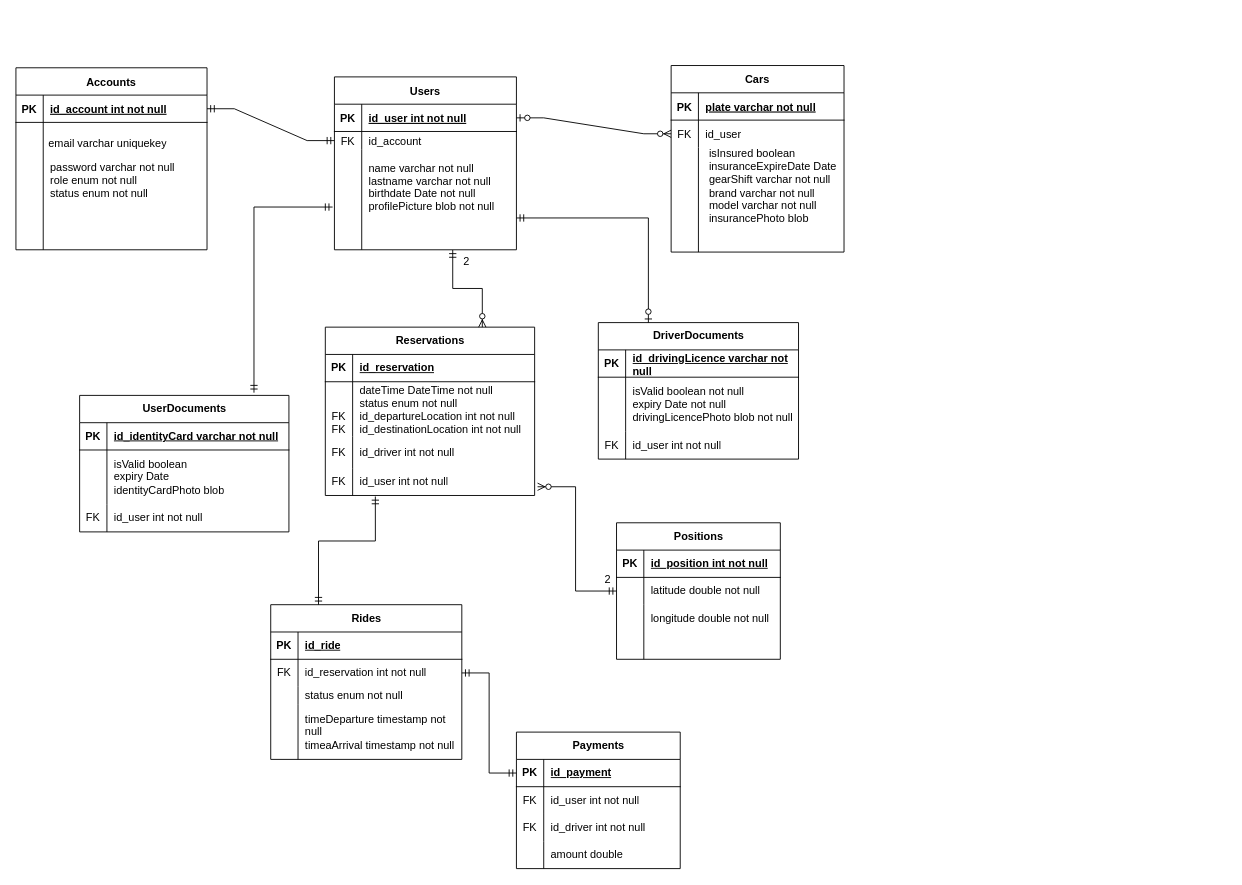
Before: Documentazione/Entity-Relation/ERDiagramDetailed.drawio in alfacorso2024Settembre/MyPersonalDriver, a draw.io diagram. Source tidied: cells renumbered, new cells numbered last; positions are measured from the earlier drawing's top-left corner, leaving out a move shared by most shapes. Both pictures are drawn from the tidied source at 91%, with x=0, y=0 at pixel (15, 66).
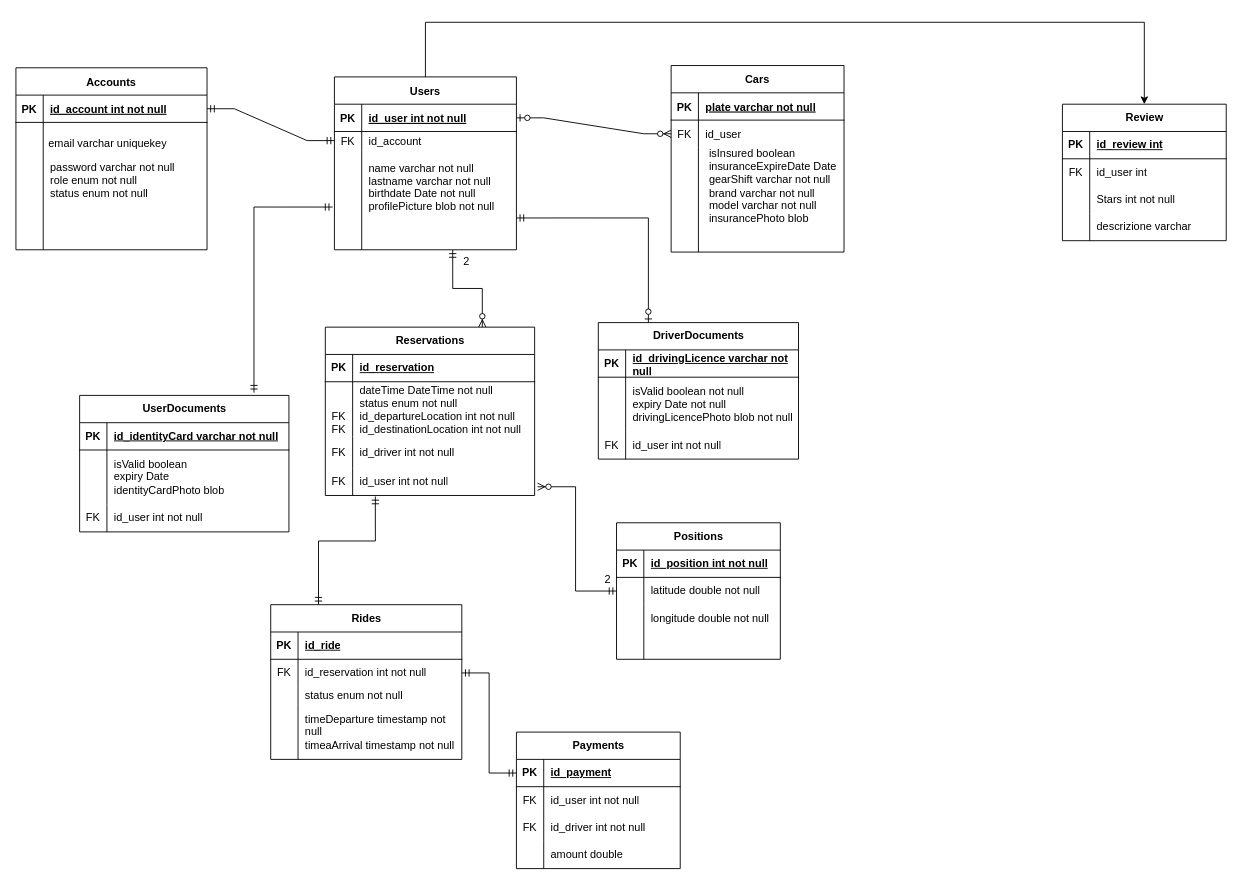
After the change.

Commit message (it also covers changes not shown here):
aggiunto reviews

The change refers to these unchanged cells:
```xml
<mxCell id="2" value="Users" style="shape=table;startSize=30;childLayout=tableLayout;rowLines=0;fontStyle=1;align=center;" parent="1" vertex="1">
  <mxGeometry x="350" y="12" width="200" height="190" as="geometry" />
</mxCell>
```

Change to the diagram source:
```diff
@@
+    <mxCell id="113" style="edgeStyle=orthogonalEdgeStyle;rounded=0;jettySize=auto;html=1;" parent="1" edge="1" source="2" target="114">
+      <mxGeometry relative="1" as="geometry">
+        <Array as="points">
+          <mxPoint x="450" y="-48" />
+          <mxPoint x="1240" y="-48" />
+        </Array>
+      </mxGeometry>
+    </mxCell>
@@
+    <mxCell id="114" value="Review" style="shape=table;startSize=30;childLayout=tableLayout;rowLines=0;fontStyle=1;align=center;html=1;" parent="1" vertex="1">
+      <mxGeometry x="1150" y="42" width="180" height="150" as="geometry" />
+    </mxCell>
+    <mxCell id="115" style="shape=tableRow;horizontal=0;startSize=0;swimlaneHead=0;swimlaneBody=0;fillColor=none;top=0;left=0;right=0;bottom=1;" parent="114" vertex="1">
+      <mxGeometry y="30" width="180" height="30" as="geometry" />
+    </mxCell>
+    <mxCell id="116" value="PK" style="shape=partialRectangle;fillColor=none;top=0;left=0;bottom=0;right=0;fontStyle=1;overflow=hidden;whiteSpace=wrap;html=1;" parent="115" vertex="1">
+      <mxGeometry width="30" height="30" as="geometry" />
+    </mxCell>
+    <mxCell id="117" value="id_review int" style="shape=partialRectangle;fillColor=none;top=0;left=0;bottom=0;right=0;align=left;spacingLeft=6;fontStyle=5;overflow=hidden;whiteSpace=wrap;html=1;" parent="115" vertex="1">
+      <mxGeometry x="30" width="150" height="30" as="geometry" />
+    </mxCell>
+    <mxCell id="118" style="shape=tableRow;horizontal=0;startSize=0;swimlaneHead=0;swimlaneBody=0;fillColor=none;top=0;left=0;right=0;bottom=0;" parent="114" vertex="1">
+      <mxGeometry y="60" width="180" height="30" as="geometry" />
+    </mxCell>
+    <mxCell id="119" value="FK" style="shape=partialRectangle;fillColor=none;top=0;left=0;bottom=0;right=0;overflow=hidden;whiteSpace=wrap;html=1;" parent="118" vertex="1">
+      <mxGeometry width="30" height="30" as="geometry" />
+    </mxCell>
+    <mxCell id="120" value="id_user int" style="shape=partialRectangle;fillColor=none;top=0;left=0;bottom=0;right=0;align=left;spacingLeft=6;overflow=hidden;whiteSpace=wrap;html=1;" parent="118" vertex="1">
+      <mxGeometry x="30" width="150" height="30" as="geometry" />
+    </mxCell>
+    <mxCell id="121" style="shape=tableRow;horizontal=0;startSize=0;swimlaneHead=0;swimlaneBody=0;fillColor=none;top=0;left=0;right=0;bottom=0;" parent="114" vertex="1">
+      <mxGeometry y="90" width="180" height="30" as="geometry" />
+    </mxCell>
+    <mxCell id="122" style="shape=partialRectangle;fillColor=none;top=0;left=0;bottom=0;right=0;overflow=hidden;whiteSpace=wrap;html=1;" parent="121" vertex="1">
+      <mxGeometry width="30" height="30" as="geometry" />
+    </mxCell>
+    <mxCell id="123" value="Stars int not null" style="shape=partialRectangle;fillColor=none;top=0;left=0;bottom=0;right=0;align=left;spacingLeft=6;overflow=hidden;whiteSpace=wrap;html=1;" parent="121" vertex="1">
+      <mxGeometry x="30" width="150" height="30" as="geometry" />
+    </mxCell>
+    <mxCell id="124" style="shape=tableRow;horizontal=0;startSize=0;swimlaneHead=0;swimlaneBody=0;fillColor=none;top=0;left=0;right=0;bottom=0;" parent="114" vertex="1">
+      <mxGeometry y="120" width="180" height="30" as="geometry" />
+    </mxCell>
+    <mxCell id="125" style="shape=partialRectangle;fillColor=none;top=0;left=0;bottom=0;right=0;overflow=hidden;whiteSpace=wrap;html=1;" parent="124" vertex="1">
+      <mxGeometry width="30" height="30" as="geometry" />
+    </mxCell>
+    <mxCell id="126" value="descrizione varchar" style="shape=partialRectangle;fillColor=none;top=0;left=0;bottom=0;right=0;align=left;spacingLeft=6;overflow=hidden;whiteSpace=wrap;html=1;" parent="124" vertex="1">
+      <mxGeometry x="30" width="150" height="30" as="geometry" />
+    </mxCell>
```
